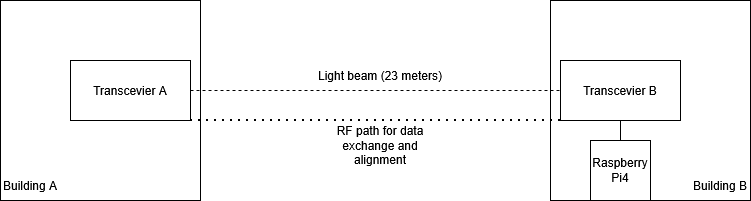
Earlier version of the draw.io export figures/Test environment.png (kacperugorny1/FSO_Master_Thesis). Source tidied: cells renumbered, new cells last; positions are measured from the earlier drawing's top-left corner, leaving out a move shared by most shapes. Its diagram source:
```xml
<mxGraphModel>
  <root>
    <mxCell id="0" />
    <mxCell id="1" parent="0" />
    <mxCell id="2" style="rounded=0;whiteSpace=wrap;html=1;" parent="1" vertex="1">
      <mxGeometry width="200" height="200" as="geometry" />
    </mxCell>
    <mxCell id="3" style="rounded=0;whiteSpace=wrap;html=1;" parent="1" vertex="1">
      <mxGeometry x="550" width="200" height="200" as="geometry" />
    </mxCell>
    <mxCell id="4" value="Building A" style="text;html=1;whiteSpace=wrap;strokeColor=none;fillColor=none;align=center;verticalAlign=middle;rounded=0;" parent="1" vertex="1">
      <mxGeometry y="170" width="60" height="30" as="geometry" />
    </mxCell>
    <mxCell id="5" value="Building B" style="text;html=1;whiteSpace=wrap;strokeColor=none;fillColor=none;align=center;verticalAlign=middle;rounded=0;" parent="1" vertex="1">
      <mxGeometry x="690" y="170" width="60" height="30" as="geometry" />
    </mxCell>
    <mxCell id="6" value="Transcevier A" style="rounded=0;whiteSpace=wrap;html=1;" parent="1" vertex="1">
      <mxGeometry x="70" y="60" width="120" height="60" as="geometry" />
    </mxCell>
    <mxCell id="7" value="Transcevier B" style="rounded=0;whiteSpace=wrap;html=1;" parent="1" vertex="1">
      <mxGeometry x="560" y="60" width="120" height="60" as="geometry" />
    </mxCell>
    <mxCell id="8" style="endArrow=none;dashed=1;html=1;rounded=0;entryX=0;entryY=0.5;entryDx=0;entryDy=0;exitX=1;exitY=0.5;exitDx=0;exitDy=0;" parent="1" edge="1" source="6" target="7">
      <mxGeometry relative="1" as="geometry" />
    </mxCell>
    <mxCell id="9" value="Light beam (23 meters)" style="text;html=1;whiteSpace=wrap;strokeColor=none;fillColor=none;align=center;verticalAlign=middle;rounded=0;" parent="1" vertex="1">
      <mxGeometry x="285" y="60" width="190" height="30" as="geometry" />
    </mxCell>
    <mxCell id="10" style="endArrow=none;dashed=1;html=1;dashPattern=1 3;strokeWidth=2;rounded=0;entryX=1;entryY=1;entryDx=0;entryDy=0;exitX=0;exitY=1;exitDx=0;exitDy=0;" parent="1" edge="1" source="7" target="6">
      <mxGeometry relative="1" as="geometry" />
    </mxCell>
    <mxCell id="11" value="RF path for data exchange and alignment" style="text;html=1;whiteSpace=wrap;strokeColor=none;fillColor=none;align=center;verticalAlign=middle;rounded=0;" parent="1" vertex="1">
      <mxGeometry x="320" y="130" width="120" height="30" as="geometry" />
    </mxCell>
    <mxCell id="12" value="Raspberry Pi4" style="rounded=0;whiteSpace=wrap;html=1;" parent="1" vertex="1">
      <mxGeometry x="590" y="140" width="60" height="60" as="geometry" />
    </mxCell>
    <mxCell id="13" style="endArrow=none;html=1;rounded=0;entryX=0.5;entryY=1;entryDx=0;entryDy=0;exitX=0.5;exitY=0;exitDx=0;exitDy=0;" parent="1" edge="1" source="12" target="7">
      <mxGeometry relative="1" as="geometry" />
    </mxCell>
  </root>
</mxGraphModel>
```
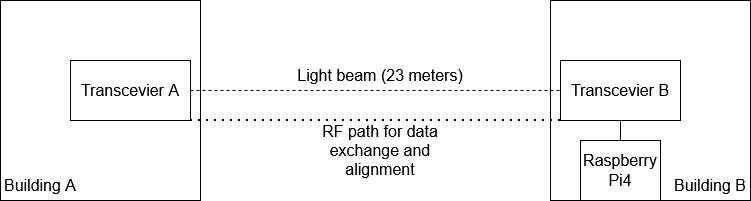
The same file after the commit.

Change to the diagram source:
```diff
@@ -8,32 +8,32 @@
     <mxCell id="3" style="rounded=0;whiteSpace=wrap;html=1;" parent="1" vertex="1">
       <mxGeometry x="550" width="200" height="200" as="geometry" />
     </mxCell>
-    <mxCell id="4" value="Building A" style="text;html=1;whiteSpace=wrap;strokeColor=none;fillColor=none;align=center;verticalAlign=middle;rounded=0;" parent="1" vertex="1">
-      <mxGeometry y="170" width="60" height="30" as="geometry" />
+    <mxCell id="4" value="&lt;font style=&quot;font-size: 16px;&quot;&gt;Building A&lt;/font&gt;" style="text;html=1;whiteSpace=wrap;strokeColor=none;fillColor=none;align=center;verticalAlign=middle;rounded=0;" parent="1" vertex="1">
+      <mxGeometry y="170" width="80" height="30" as="geometry" />
     </mxCell>
-    <mxCell id="5" value="Building B" style="text;html=1;whiteSpace=wrap;strokeColor=none;fillColor=none;align=center;verticalAlign=middle;rounded=0;" parent="1" vertex="1">
-      <mxGeometry x="690" y="170" width="60" height="30" as="geometry" />
+    <mxCell id="5" value="&lt;font style=&quot;font-size: 16px;&quot;&gt;Building B&lt;/font&gt;" style="text;html=1;whiteSpace=wrap;strokeColor=none;fillColor=none;align=center;verticalAlign=middle;rounded=0;" parent="1" vertex="1">
+      <mxGeometry x="670" y="170" width="80" height="30" as="geometry" />
     </mxCell>
-    <mxCell id="6" value="Transcevier A" style="rounded=0;whiteSpace=wrap;html=1;" parent="1" vertex="1">
+    <mxCell id="6" value="&lt;font style=&quot;font-size: 16px;&quot;&gt;Transcevier A&lt;/font&gt;" style="rounded=0;whiteSpace=wrap;html=1;" parent="1" vertex="1">
       <mxGeometry x="70" y="60" width="120" height="60" as="geometry" />
     </mxCell>
-    <mxCell id="7" value="Transcevier B" style="rounded=0;whiteSpace=wrap;html=1;" parent="1" vertex="1">
+    <mxCell id="7" value="&lt;font style=&quot;font-size: 16px;&quot;&gt;Transcevier B&lt;/font&gt;" style="rounded=0;whiteSpace=wrap;html=1;" parent="1" vertex="1">
       <mxGeometry x="560" y="60" width="120" height="60" as="geometry" />
     </mxCell>
     <mxCell id="8" style="endArrow=none;dashed=1;html=1;rounded=0;entryX=0;entryY=0.5;entryDx=0;entryDy=0;exitX=1;exitY=0.5;exitDx=0;exitDy=0;" parent="1" edge="1" source="6" target="7">
       <mxGeometry relative="1" as="geometry" />
     </mxCell>
-    <mxCell id="9" value="Light beam (23 meters)" style="text;html=1;whiteSpace=wrap;strokeColor=none;fillColor=none;align=center;verticalAlign=middle;rounded=0;" parent="1" vertex="1">
+    <mxCell id="9" value="&lt;font style=&quot;font-size: 16px;&quot;&gt;Light beam (23 meters)&lt;/font&gt;" style="text;html=1;whiteSpace=wrap;strokeColor=none;fillColor=none;align=center;verticalAlign=middle;rounded=0;" parent="1" vertex="1">
       <mxGeometry x="285" y="60" width="190" height="30" as="geometry" />
     </mxCell>
     <mxCell id="10" style="endArrow=none;dashed=1;html=1;dashPattern=1 3;strokeWidth=2;rounded=0;entryX=1;entryY=1;entryDx=0;entryDy=0;exitX=0;exitY=1;exitDx=0;exitDy=0;" parent="1" edge="1" source="7" target="6">
       <mxGeometry relative="1" as="geometry" />
     </mxCell>
-    <mxCell id="11" value="RF path for data exchange and alignment" style="text;html=1;whiteSpace=wrap;strokeColor=none;fillColor=none;align=center;verticalAlign=middle;rounded=0;" parent="1" vertex="1">
-      <mxGeometry x="320" y="130" width="120" height="30" as="geometry" />
+    <mxCell id="11" value="&lt;font style=&quot;font-size: 16px;&quot;&gt;RF path for data exchange and alignment&lt;/font&gt;" style="text;html=1;whiteSpace=wrap;strokeColor=none;fillColor=none;align=center;verticalAlign=middle;rounded=0;" parent="1" vertex="1">
+      <mxGeometry x="320" y="135" width="120" height="30" as="geometry" />
     </mxCell>
-    <mxCell id="12" value="Raspberry Pi4" style="rounded=0;whiteSpace=wrap;html=1;" parent="1" vertex="1">
-      <mxGeometry x="590" y="140" width="60" height="60" as="geometry" />
+    <mxCell id="12" value="&lt;font style=&quot;font-size: 16px;&quot;&gt;Raspberry Pi4&lt;/font&gt;" style="rounded=0;whiteSpace=wrap;html=1;" parent="1" vertex="1">
+      <mxGeometry x="580" y="140" width="80" height="60" as="geometry" />
     </mxCell>
     <mxCell id="13" style="endArrow=none;html=1;rounded=0;entryX=0.5;entryY=1;entryDx=0;entryDy=0;exitX=0.5;exitY=0;exitDx=0;exitDy=0;" parent="1" edge="1" source="12" target="7">
       <mxGeometry relative="1" as="geometry" />
```
